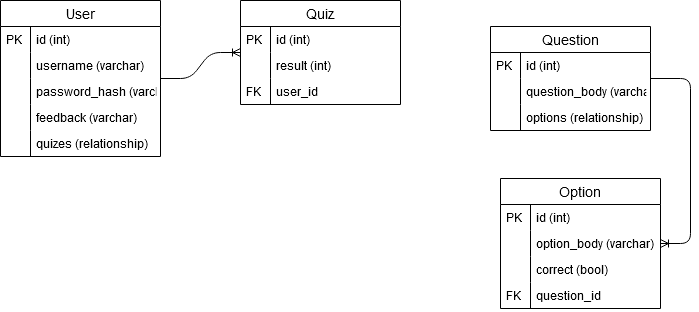
Earlier version of the draw.io export resources/Game Quiz database Schema.png (Tonyguo0/CITS3403-Project-2). Source tidied: cells renumbered, new cells last; positions are measured from the earlier drawing's top-left corner, leaving out a move shared by most shapes.
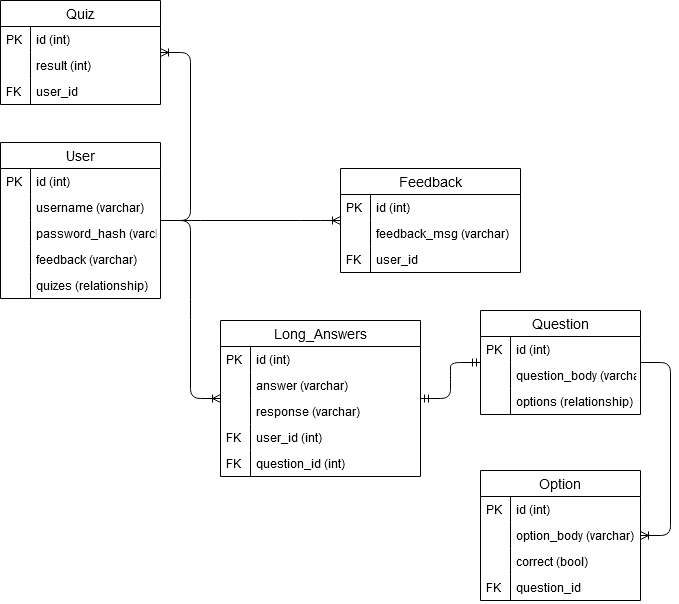
After the commit.

Commit message:
Update Game Quiz database Schema with long answers and feedback

The edit, as a diff of the source:
```diff
@@ -35,35 +35,44 @@
     <mxCell id="12" style="shape=partialRectangle;top=0;left=0;bottom=0;fillColor=none;align=left;verticalAlign=top;spacingLeft=4;spacingRight=4;overflow=hidden;fontSize=12;" parent="11" vertex="1">
       <mxGeometry width="30" height="26" as="geometry" />
     </mxCell>
-    <mxCell id="13" value="Quiz" style="swimlane;fontStyle=0;horizontal=1;startSize=26;align=center;fontSize=14;" parent="1" vertex="1">
-      <mxGeometry x="240" width="160" height="104" as="geometry" />
-    </mxCell>
-    <mxCell id="14" value="id (int)" style="shape=partialRectangle;top=0;left=0;right=0;bottom=0;align=left;verticalAlign=top;fillColor=none;spacingLeft=34;spacingRight=4;overflow=hidden;fontSize=12;" parent="13" vertex="1">
-      <mxGeometry y="26" width="160" height="26" as="geometry" />
-    </mxCell>
-    <mxCell id="15" value="PK" style="shape=partialRectangle;top=0;left=0;bottom=0;fillColor=none;align=left;verticalAlign=top;spacingLeft=4;spacingRight=4;overflow=hidden;fontSize=12;" parent="14" vertex="1">
-      <mxGeometry width="30" height="26" as="geometry" />
-    </mxCell>
-    <mxCell id="16" value="result (int)" style="shape=partialRectangle;top=0;left=0;right=0;bottom=0;align=left;verticalAlign=top;fillColor=none;spacingLeft=34;spacingRight=4;overflow=hidden;fontSize=12;" parent="13" vertex="1">
-      <mxGeometry y="52" width="160" height="26" as="geometry" />
-    </mxCell>
-    <mxCell id="17" style="shape=partialRectangle;top=0;left=0;bottom=0;fillColor=none;align=left;verticalAlign=top;spacingLeft=4;spacingRight=4;overflow=hidden;fontSize=12;" parent="16" vertex="1">
-      <mxGeometry width="30" height="26" as="geometry" />
-    </mxCell>
-    <mxCell id="18" value="user_id" style="shape=partialRectangle;top=0;left=0;right=0;bottom=0;align=left;verticalAlign=top;fillColor=none;spacingLeft=34;spacingRight=4;overflow=hidden;fontSize=12;" parent="13" vertex="1">
-      <mxGeometry y="78" width="160" height="26" as="geometry" />
-    </mxCell>
-    <mxCell id="19" value="FK" style="shape=partialRectangle;top=0;left=0;bottom=0;fillColor=none;align=left;verticalAlign=top;spacingLeft=4;spacingRight=4;overflow=hidden;fontSize=12;" parent="18" vertex="1">
-      <mxGeometry width="30" height="26" as="geometry" />
-    </mxCell>
     <mxCell id="20" style="edgeStyle=entityRelationEdgeStyle;fontSize=12;html=1;endArrow=ERoneToMany;" parent="1" edge="1" source="2" target="13">
       <mxGeometry relative="1" as="geometry" />
     </mxCell>
     <mxCell id="21" style="edgeStyle=entityRelationEdgeStyle;fontSize=12;html=1;endArrow=ERoneToMany;" parent="1" edge="1" source="22" target="29">
       <mxGeometry relative="1" as="geometry" />
     </mxCell>
+    <mxCell id="38" style="edgeStyle=entityRelationEdgeStyle;fontSize=12;html=1;endArrow=ERoneToMany;" parent="1" edge="1" source="2" target="41">
+      <mxGeometry relative="1" as="geometry" />
+    </mxCell>
+    <mxCell id="39" style="edgeStyle=entityRelationEdgeStyle;fontSize=12;html=1;endArrow=ERoneToMany;" parent="1" edge="1" source="2" target="48">
+      <mxGeometry relative="1" as="geometry" />
+    </mxCell>
+    <mxCell id="40" style="edgeStyle=entityRelationEdgeStyle;fontSize=12;html=1;endArrow=ERmandOne;startArrow=ERmandOne;" parent="1" edge="1" source="48" target="22">
+      <mxGeometry relative="1" as="geometry" />
+    </mxCell>
+    <mxCell id="41" value="Feedback" style="swimlane;fontStyle=0;horizontal=1;startSize=26;align=center;fontSize=14;" parent="1" vertex="1">
+      <mxGeometry x="340" y="26" width="180" height="104" as="geometry" />
+    </mxCell>
+    <mxCell id="42" value="id (int)" style="shape=partialRectangle;top=0;left=0;right=0;bottom=0;align=left;verticalAlign=top;fillColor=none;spacingLeft=34;spacingRight=4;overflow=hidden;fontSize=12;" parent="41" vertex="1">
+      <mxGeometry y="26" width="180" height="26" as="geometry" />
+    </mxCell>
+    <mxCell id="43" value="PK" style="shape=partialRectangle;top=0;left=0;bottom=0;fillColor=none;align=left;verticalAlign=top;spacingLeft=4;spacingRight=4;overflow=hidden;fontSize=12;" parent="42" vertex="1">
+      <mxGeometry width="30" height="26" as="geometry" />
+    </mxCell>
+    <mxCell id="44" value="feedback_msg (varchar)" style="shape=partialRectangle;top=0;left=0;right=0;bottom=0;align=left;verticalAlign=top;fillColor=none;spacingLeft=34;spacingRight=4;overflow=hidden;fontSize=12;" parent="41" vertex="1">
+      <mxGeometry y="52" width="180" height="26" as="geometry" />
+    </mxCell>
+    <mxCell id="45" style="shape=partialRectangle;top=0;left=0;bottom=0;fillColor=none;align=left;verticalAlign=top;spacingLeft=4;spacingRight=4;overflow=hidden;fontSize=12;" parent="44" vertex="1">
+      <mxGeometry width="30" height="26" as="geometry" />
+    </mxCell>
+    <mxCell id="46" value="user_id" style="shape=partialRectangle;top=0;left=0;right=0;bottom=0;align=left;verticalAlign=top;fillColor=none;spacingLeft=34;spacingRight=4;overflow=hidden;fontSize=12;" parent="41" vertex="1">
+      <mxGeometry y="78" width="180" height="26" as="geometry" />
+    </mxCell>
+    <mxCell id="47" value="FK" style="shape=partialRectangle;top=0;left=0;bottom=0;fillColor=none;align=left;verticalAlign=top;spacingLeft=4;spacingRight=4;overflow=hidden;fontSize=12;" parent="46" vertex="1">
+      <mxGeometry width="30" height="26" as="geometry" />
+    </mxCell>
     <mxCell id="22" value="Question" style="swimlane;fontStyle=0;horizontal=1;startSize=26;align=center;fontSize=14;" parent="1" vertex="1">
-      <mxGeometry x="490" y="26" width="160" height="104" as="geometry" />
+      <mxGeometry x="480" y="168" width="160" height="104" as="geometry" />
     </mxCell>
     <mxCell id="23" value="id (int)" style="shape=partialRectangle;top=0;left=0;right=0;bottom=0;align=left;verticalAlign=top;fillColor=none;spacingLeft=34;spacingRight=4;overflow=hidden;fontSize=12;" parent="22" vertex="1">
       <mxGeometry y="26" width="160" height="26" as="geometry" />
@@ -84,7 +93,7 @@
       <mxGeometry width="30" height="26" as="geometry" />
     </mxCell>
     <mxCell id="29" value="Option" style="swimlane;fontStyle=0;horizontal=1;startSize=26;align=center;fontSize=14;" parent="1" vertex="1">
-      <mxGeometry x="500" y="178" width="160" height="130" as="geometry" />
+      <mxGeometry x="480" y="328" width="160" height="130" as="geometry" />
     </mxCell>
     <mxCell id="30" value="id (int)" style="shape=partialRectangle;top=0;left=0;right=0;bottom=0;align=left;verticalAlign=top;fillColor=none;spacingLeft=34;spacingRight=4;overflow=hidden;fontSize=12;" parent="29" vertex="1">
       <mxGeometry y="26" width="160" height="26" as="geometry" />
@@ -110,5 +119,59 @@
     <mxCell id="37" value="FK" style="shape=partialRectangle;top=0;left=0;bottom=0;fillColor=none;align=left;verticalAlign=top;spacingLeft=4;spacingRight=4;overflow=hidden;fontSize=12;" parent="36" vertex="1">
       <mxGeometry width="30" height="26" as="geometry" />
     </mxCell>
+    <mxCell id="48" value="Long_Answers" style="swimlane;fontStyle=0;horizontal=1;startSize=26;align=center;fontSize=14;" parent="1" vertex="1">
+      <mxGeometry x="220" y="178" width="200" height="156" as="geometry" />
+    </mxCell>
+    <mxCell id="49" value="id (int)" style="shape=partialRectangle;top=0;left=0;right=0;bottom=0;align=left;verticalAlign=top;fillColor=none;spacingLeft=34;spacingRight=4;overflow=hidden;fontSize=12;" parent="48" vertex="1">
+      <mxGeometry y="26" width="200" height="26" as="geometry" />
+    </mxCell>
+    <mxCell id="50" value="PK" style="shape=partialRectangle;top=0;left=0;bottom=0;fillColor=none;align=left;verticalAlign=top;spacingLeft=4;spacingRight=4;overflow=hidden;fontSize=12;" parent="49" vertex="1">
+      <mxGeometry width="30" height="26" as="geometry" />
+    </mxCell>
+    <mxCell id="51" value="answer (varchar)" style="shape=partialRectangle;top=0;left=0;right=0;bottom=0;align=left;verticalAlign=top;fillColor=none;spacingLeft=34;spacingRight=4;overflow=hidden;fontSize=12;" parent="48" vertex="1">
+      <mxGeometry y="52" width="200" height="26" as="geometry" />
+    </mxCell>
+    <mxCell id="52" style="shape=partialRectangle;top=0;left=0;bottom=0;fillColor=none;align=left;verticalAlign=top;spacingLeft=4;spacingRight=4;overflow=hidden;fontSize=12;" parent="51" vertex="1">
+      <mxGeometry width="30" height="26" as="geometry" />
+    </mxCell>
+    <mxCell id="53" value="response (varchar)" style="shape=partialRectangle;top=0;left=0;right=0;bottom=0;align=left;verticalAlign=top;fillColor=none;spacingLeft=34;spacingRight=4;overflow=hidden;fontSize=12;" parent="48" vertex="1">
+      <mxGeometry y="78" width="200" height="26" as="geometry" />
+    </mxCell>
+    <mxCell id="54" style="shape=partialRectangle;top=0;left=0;bottom=0;fillColor=none;align=left;verticalAlign=top;spacingLeft=4;spacingRight=4;overflow=hidden;fontSize=12;" parent="53" vertex="1">
+      <mxGeometry width="30" height="26" as="geometry" />
+    </mxCell>
+    <mxCell id="55" value="user_id (int)" style="shape=partialRectangle;top=0;left=0;right=0;bottom=0;align=left;verticalAlign=top;fillColor=none;spacingLeft=34;spacingRight=4;overflow=hidden;fontSize=12;" parent="48" vertex="1">
+      <mxGeometry y="104" width="200" height="26" as="geometry" />
+    </mxCell>
+    <mxCell id="56" value="FK" style="shape=partialRectangle;top=0;left=0;bottom=0;fillColor=none;align=left;verticalAlign=top;spacingLeft=4;spacingRight=4;overflow=hidden;fontSize=12;" parent="55" vertex="1">
+      <mxGeometry width="30" height="26" as="geometry" />
+    </mxCell>
+    <mxCell id="57" value="question_id (int)" style="shape=partialRectangle;top=0;left=0;right=0;bottom=0;align=left;verticalAlign=top;fillColor=none;spacingLeft=34;spacingRight=4;overflow=hidden;fontSize=12;" parent="48" vertex="1">
+      <mxGeometry y="130" width="200" height="26" as="geometry" />
+    </mxCell>
+    <mxCell id="58" value="FK" style="shape=partialRectangle;top=0;left=0;bottom=0;fillColor=none;align=left;verticalAlign=top;spacingLeft=4;spacingRight=4;overflow=hidden;fontSize=12;" parent="57" vertex="1">
+      <mxGeometry width="30" height="26" as="geometry" />
+    </mxCell>
+    <mxCell id="13" value="Quiz" style="swimlane;fontStyle=0;horizontal=1;startSize=26;align=center;fontSize=14;" parent="1" vertex="1">
+      <mxGeometry y="-142" width="160" height="104" as="geometry" />
+    </mxCell>
+    <mxCell id="14" value="id (int)" style="shape=partialRectangle;top=0;left=0;right=0;bottom=0;align=left;verticalAlign=top;fillColor=none;spacingLeft=34;spacingRight=4;overflow=hidden;fontSize=12;" parent="13" vertex="1">
+      <mxGeometry y="26" width="160" height="26" as="geometry" />
+    </mxCell>
+    <mxCell id="15" value="PK" style="shape=partialRectangle;top=0;left=0;bottom=0;fillColor=none;align=left;verticalAlign=top;spacingLeft=4;spacingRight=4;overflow=hidden;fontSize=12;" parent="14" vertex="1">
+      <mxGeometry width="30" height="26" as="geometry" />
+    </mxCell>
+    <mxCell id="16" value="result (int)" style="shape=partialRectangle;top=0;left=0;right=0;bottom=0;align=left;verticalAlign=top;fillColor=none;spacingLeft=34;spacingRight=4;overflow=hidden;fontSize=12;" parent="13" vertex="1">
+      <mxGeometry y="52" width="160" height="26" as="geometry" />
+    </mxCell>
+    <mxCell id="17" style="shape=partialRectangle;top=0;left=0;bottom=0;fillColor=none;align=left;verticalAlign=top;spacingLeft=4;spacingRight=4;overflow=hidden;fontSize=12;" parent="16" vertex="1">
+      <mxGeometry width="30" height="26" as="geometry" />
+    </mxCell>
+    <mxCell id="18" value="user_id" style="shape=partialRectangle;top=0;left=0;right=0;bottom=0;align=left;verticalAlign=top;fillColor=none;spacingLeft=34;spacingRight=4;overflow=hidden;fontSize=12;" parent="13" vertex="1">
+      <mxGeometry y="78" width="160" height="26" as="geometry" />
+    </mxCell>
+    <mxCell id="19" value="FK" style="shape=partialRectangle;top=0;left=0;bottom=0;fillColor=none;align=left;verticalAlign=top;spacingLeft=4;spacingRight=4;overflow=hidden;fontSize=12;" parent="18" vertex="1">
+      <mxGeometry width="30" height="26" as="geometry" />
+    </mxCell>
   </root>
 </mxGraphModel>
```
